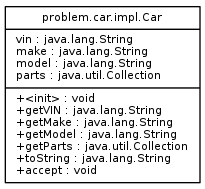
Earlier version of the Graphviz export dot/out.png (schnip/BluePizzaDiagrams). Its source is kept beside it as dot/out.dot.
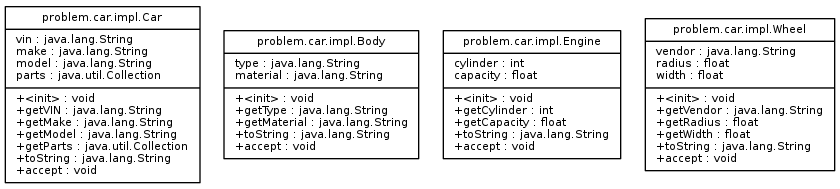
Above is the later version.

Change to the diagram source:
```diff
@@ -13,4 +13,14 @@
 problemcarimplCar [
 label = "{problem.car.impl.Car|vin : java.lang.String\lmake : java.lang.String\lmodel : java.lang.String\lparts : java.util.Collection\l|+\<init\> : void\l+getVIN : java.lang.String\l+getMake : java.lang.String\l+getModel : java.lang.String\l+getParts : java.util.Collection\l+toString : java.lang.String\l+accept : void\l}"
 ]
+problemcarimplBody [
+label = "{problem.car.impl.Body|type : java.lang.String\lmaterial : java.lang.String\l|+\<init\> : void\l+getType : java.lang.String\l+getMaterial : java.lang.String\l+toString : java.lang.String\l+accept : void\l}"
+]
+problemcarimplEngine [
+label = "{problem.car.impl.Engine|cylinder : int\lcapacity : float\l|+\<init\> : void\l+getCylinder : int\l+getCapacity : float\l+toString : java.lang.String\l+accept : void\l}"
+]
+problemcarimplWheel [
+label = "{problem.car.impl.Wheel|vendor : java.lang.String\lradius : float\lwidth : float\l|+\<init\> : void\l+getVendor : java.lang.String\l+getRadius : float\l+getWidth : float\l+toString : java.lang.String\l+accept : void\l}"
+]
+edge [ arrowhead = "empty" ]
 }
```
